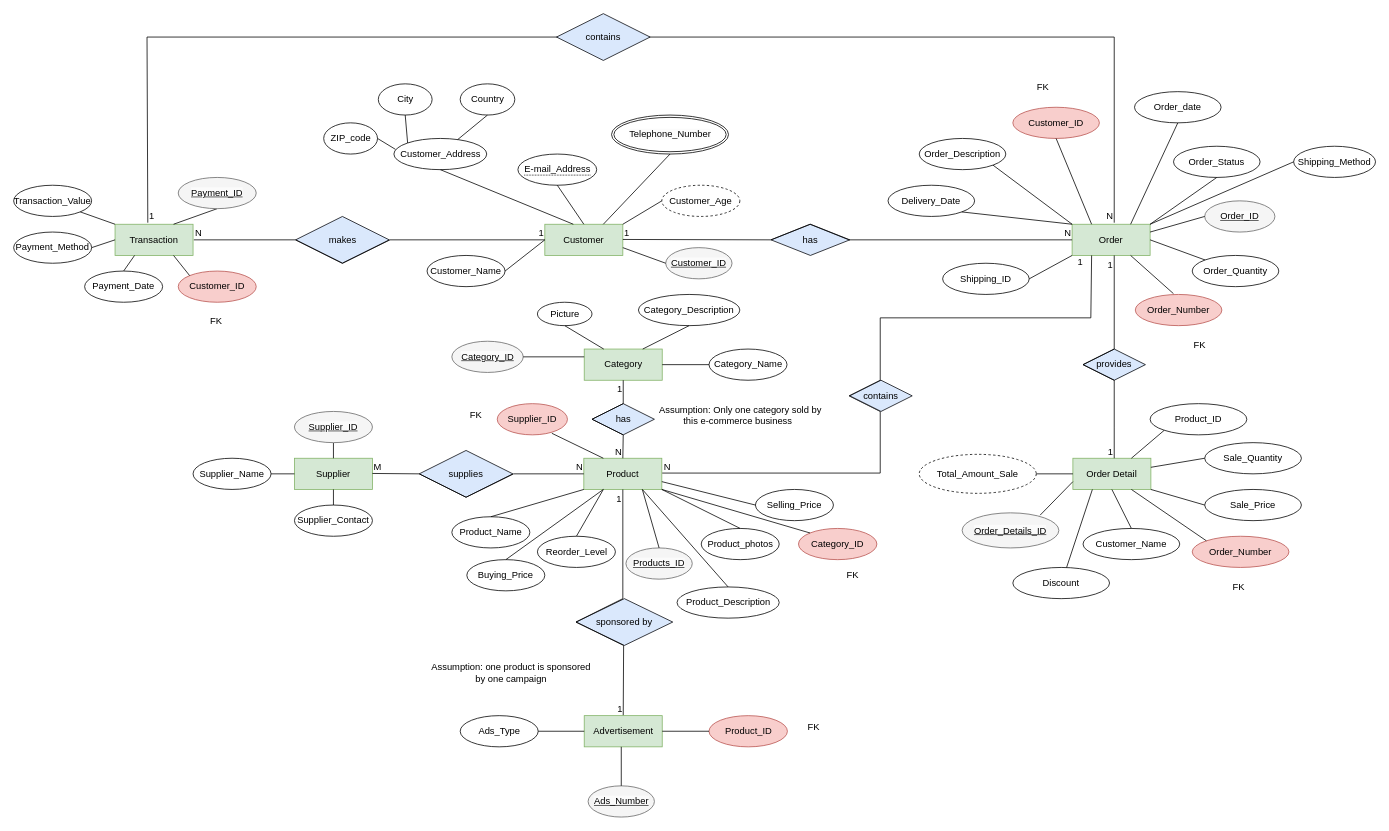
The draw.io diagram E_R_Diagram/Amornrat_ER.drawio in diego-karsa/Data-Management-Group-15, before the edit. Source tidied: cells renumbered, new cells numbered last; positions are measured from the earlier drawing's top-left corner, leaving out a move shared by most shapes. Both pictures are drawn from the tidied source at 78%, with x=0, y=0 at pixel (13, 13).
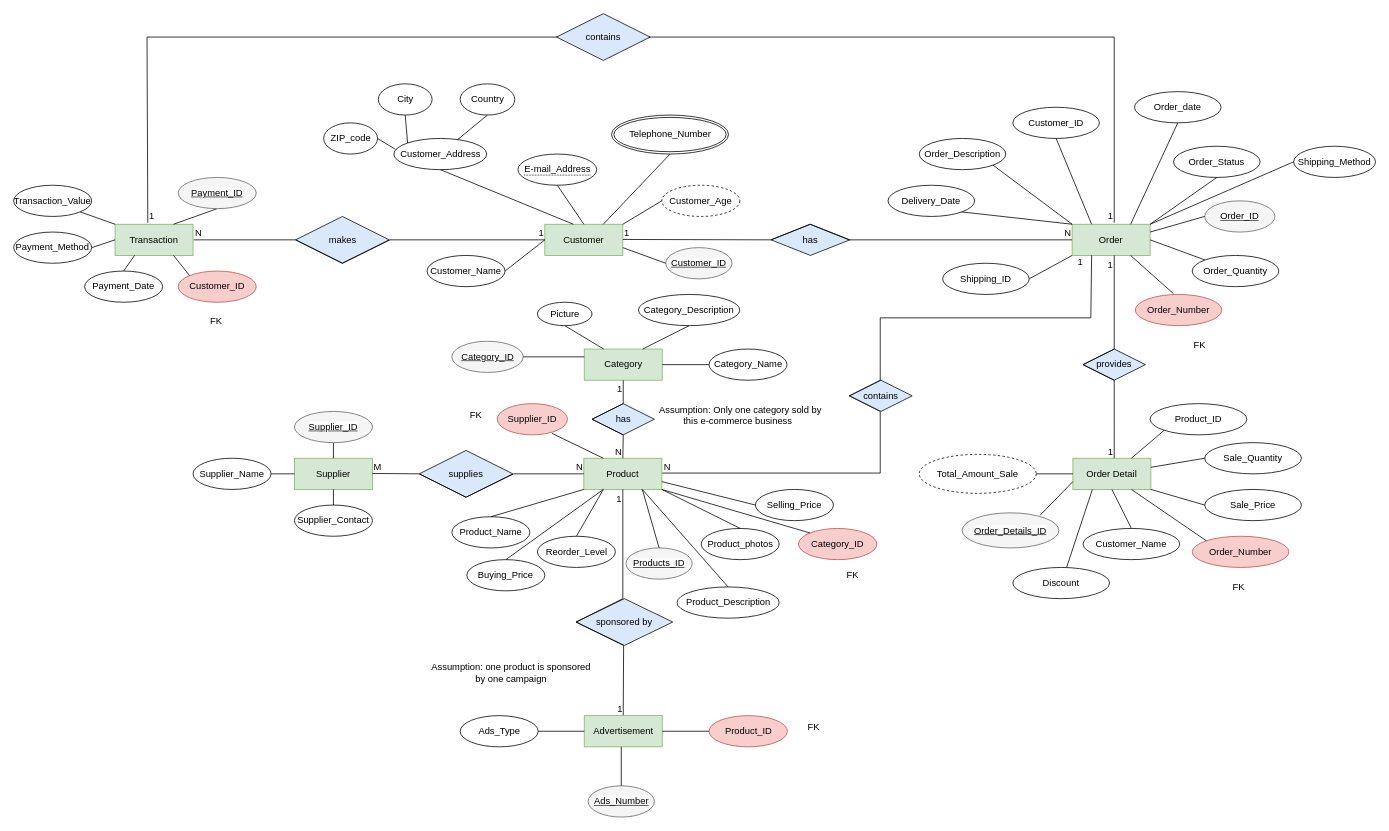
Above is the later version.

Unchanged cells that the change refers to:
```xml
<mxCell id="4" value="Order" style="whiteSpace=wrap;html=1;align=center;points=[[0,0,0,0,0],[0,0.25,0,0,0],[0,0.5,0,0,0],[0,0.75,0,0,0],[0,1,0,0,0],[0.25,0,0,0,0],[0.25,1,0,0,0],[0.5,0,0,0,0],[0.5,1,0,0,0],[0.75,0,0,0,0],[0.75,1,0,0,0],[1,0,0,0,0],[1,0.25,0,0,0],[1,0.5,0,0,0],[1,0.75,0,0,0],[1,1,0,0,0]];fillColor=#d5e8d4;strokeColor=#82b366;" parent="1" vertex="1">
  <mxGeometry x="1357" y="270" width="100" height="40" as="geometry" />
</mxCell>
<mxCell id="95" value="Shipping_ID" style="ellipse;whiteSpace=wrap;html=1;align=center;" parent="1" vertex="1">
  <mxGeometry x="1191" y="320" width="111" height="40" as="geometry" />
</mxCell>
<mxCell id="137" style="endArrow=none;html=1;rounded=0;exitX=0.42;exitY=-0.05;exitDx=0;exitDy=0;exitPerimeter=0;" parent="1" edge="1" source="114">
  <mxGeometry relative="1" as="geometry">
    <mxPoint x="1411" y="268" as="targetPoint" />
    <Array as="points">
      <mxPoint x="171" y="30" />
      <mxPoint x="1411" y="30" />
    </Array>
  </mxGeometry>
</mxCell>
```

The edit, as a diff of the source:
```diff
@@
-    <mxCell id="66" value="Customer_ID" style="ellipse;whiteSpace=wrap;html=1;align=center;fillColor=#f8cecc;strokeColor=#b85450;" parent="1" vertex="1">
+    <mxCell id="66" value="Customer_ID" style="ellipse;whiteSpace=wrap;html=1;align=center;" parent="1" vertex="1">
       <mxGeometry x="1281" y="120" width="111" height="40" as="geometry" />
     </mxCell>
@@
-    <mxCell id="96" style="endArrow=none;html=1;rounded=0;exitX=1;exitY=0.5;exitDx=0;exitDy=0;entryX=0;entryY=1;entryDx=0;entryDy=0;entryPerimeter=0;" parent="1" edge="1" source="95" target="4">
-      <mxGeometry relative="1" as="geometry" />
+    <mxCell id="96" style="endArrow=none;html=1;rounded=0;entryX=0;entryY=1;entryDx=0;entryDy=0;entryPerimeter=0;" parent="1" edge="1" target="4">
+      <mxGeometry relative="1" as="geometry">
+        <mxPoint x="1302" y="340" as="sourcePoint" />
+      </mxGeometry>
     </mxCell>
@@
-    <mxCell id="130" value="FK&amp;nbsp;" style="text;html=1;align=center;verticalAlign=middle;whiteSpace=wrap;rounded=0;" parent="1" vertex="1">
-      <mxGeometry x="1286" y="80" width="71" height="30" as="geometry" />
-    </mxCell>
@@
-    <mxCell id="139" value="N" style="html=1;whiteSpace=wrap;align=right;verticalAlign=bottom;" parent="137" vertex="1">
+    <mxCell id="139" value="1" style="html=1;whiteSpace=wrap;align=right;verticalAlign=bottom;" parent="137" vertex="1">
       <mxGeometry x="1" relative="1" as="geometry" />
     </mxCell>
```
